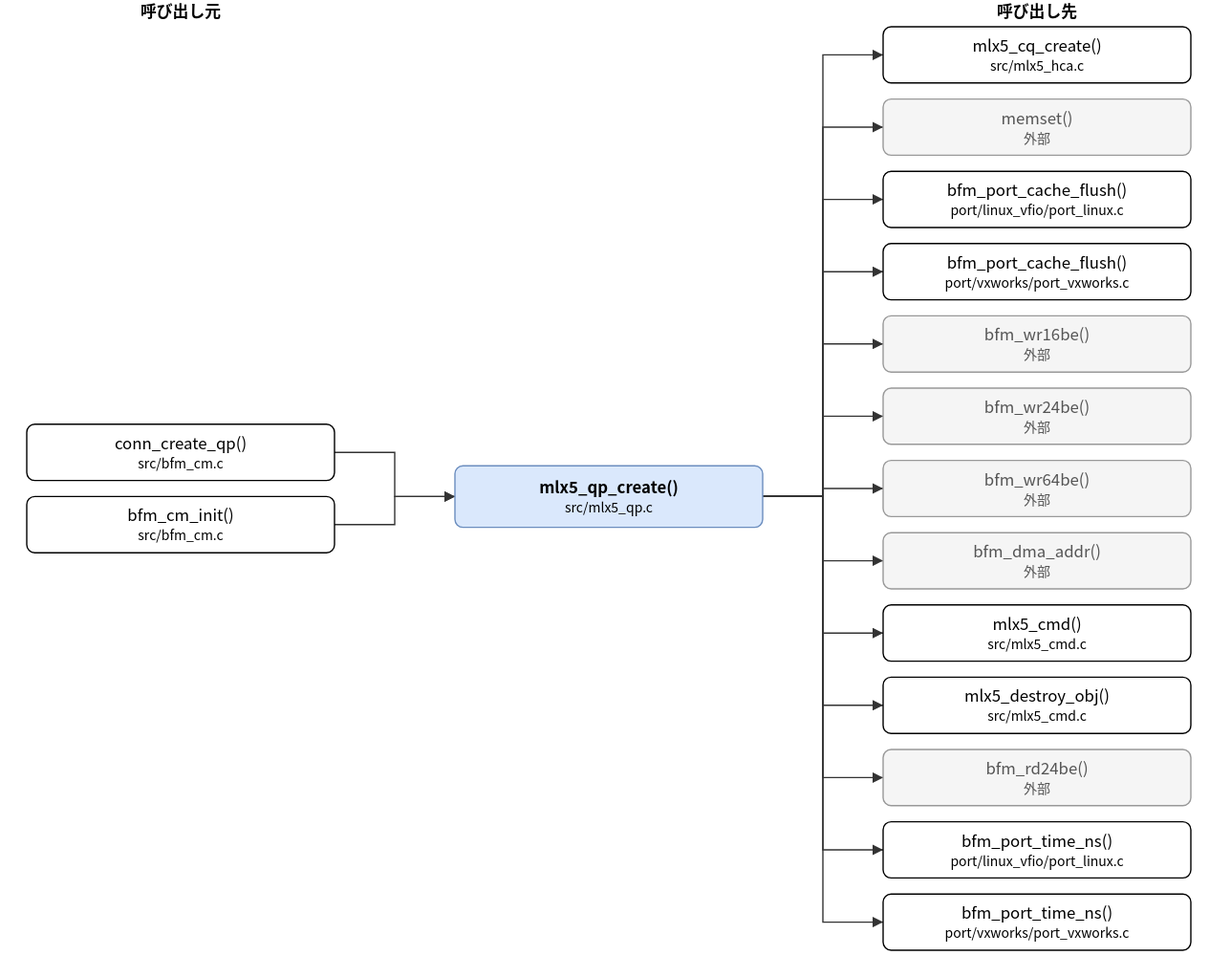
This is doc/spec/images/call_src_mlx5_qp__mlx5_qp_create.drawio.svg from hf355051012-ai/bfmem, a draw.io export, as it was before one commit. Source tidied: cells renumbered, new cells last; positions are measured from the earlier drawing's top-left corner, leaving out a move shared by most shapes.
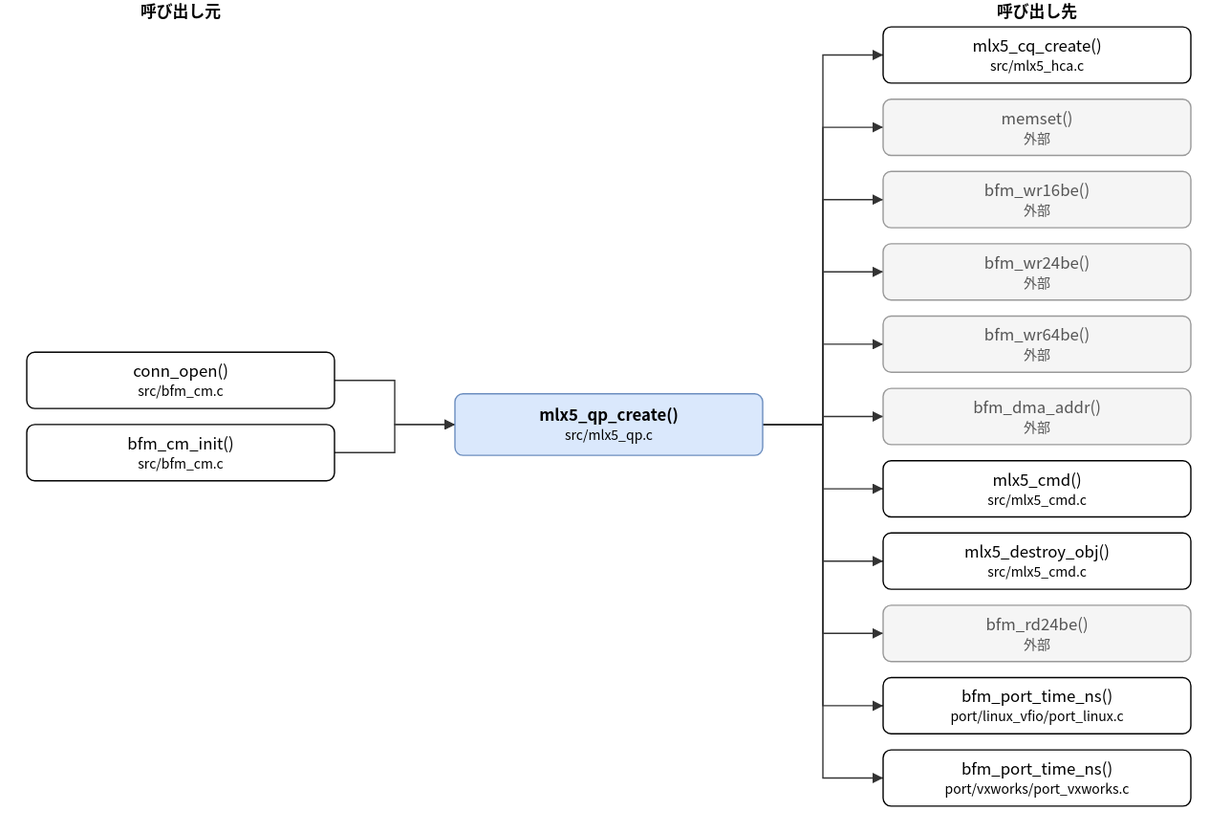
Above is the later version.

The edit, as a diff of the source:
```diff
@@ -3,13 +3,13 @@
     <mxCell id="0" />
     <mxCell id="1" parent="0" />
     <mxCell id="2" value="mlx5_qp_create()&lt;br&gt;&lt;font style=&quot;font-size:10px&quot;&gt;src/mlx5_qp.c&lt;/font&gt;" style="rounded=1;whiteSpace=wrap;html=1;fillColor=#dae8fc;strokeColor=#6c8ebf;fontStyle=1;" parent="1" vertex="1">
-      <mxGeometry x="320" y="348" width="230" height="46" as="geometry" />
+      <mxGeometry x="320" y="294" width="230" height="46" as="geometry" />
     </mxCell>
-    <mxCell id="3" value="conn_create_qp()&lt;br&gt;&lt;font style=&quot;font-size:10px&quot;&gt;src/bfm_cm.c&lt;/font&gt;" style="rounded=1;whiteSpace=wrap;html=1;" parent="1" vertex="1">
-      <mxGeometry y="317" width="230" height="42" as="geometry" />
+    <mxCell id="3" value="conn_open()&lt;br&gt;&lt;font style=&quot;font-size:10px&quot;&gt;src/bfm_cm.c&lt;/font&gt;" style="rounded=1;whiteSpace=wrap;html=1;" parent="1" vertex="1">
+      <mxGeometry y="263" width="230" height="42" as="geometry" />
     </mxCell>
     <mxCell id="4" value="bfm_cm_init()&lt;br&gt;&lt;font style=&quot;font-size:10px&quot;&gt;src/bfm_cm.c&lt;/font&gt;" style="rounded=1;whiteSpace=wrap;html=1;" parent="1" vertex="1">
-      <mxGeometry y="371" width="230" height="42" as="geometry" />
+      <mxGeometry y="317" width="230" height="42" as="geometry" />
     </mxCell>
     <mxCell id="5" value="mlx5_cq_create()&lt;br&gt;&lt;font style=&quot;font-size:10px&quot;&gt;src/mlx5_hca.c&lt;/font&gt;" style="rounded=1;whiteSpace=wrap;html=1;" parent="1" vertex="1">
       <mxGeometry x="640" y="20" width="230" height="42" as="geometry" />
@@ -17,59 +17,53 @@
     <mxCell id="6" value="memset()&lt;br&gt;&lt;font style=&quot;font-size:10px&quot;&gt;外部&lt;/font&gt;" style="rounded=1;whiteSpace=wrap;html=1;fillColor=#f5f5f5;strokeColor=#999999;fontColor=#555555;" parent="1" vertex="1">
       <mxGeometry x="640" y="74" width="230" height="42" as="geometry" />
     </mxCell>
-    <mxCell id="7" value="bfm_port_cache_flush()&lt;br&gt;&lt;font style=&quot;font-size:10px&quot;&gt;port/linux_vfio/port_linux.c&lt;/font&gt;" style="rounded=1;whiteSpace=wrap;html=1;" parent="1" vertex="1">
+    <mxCell id="7" value="bfm_wr16be()&lt;br&gt;&lt;font style=&quot;font-size:10px&quot;&gt;外部&lt;/font&gt;" style="rounded=1;whiteSpace=wrap;html=1;fillColor=#f5f5f5;strokeColor=#999999;fontColor=#555555;" parent="1" vertex="1">
       <mxGeometry x="640" y="128" width="230" height="42" as="geometry" />
     </mxCell>
-    <mxCell id="8" value="bfm_port_cache_flush()&lt;br&gt;&lt;font style=&quot;font-size:10px&quot;&gt;port/vxworks/port_vxworks.c&lt;/font&gt;" style="rounded=1;whiteSpace=wrap;html=1;" parent="1" vertex="1">
+    <mxCell id="8" value="bfm_wr24be()&lt;br&gt;&lt;font style=&quot;font-size:10px&quot;&gt;外部&lt;/font&gt;" style="rounded=1;whiteSpace=wrap;html=1;fillColor=#f5f5f5;strokeColor=#999999;fontColor=#555555;" parent="1" vertex="1">
       <mxGeometry x="640" y="182" width="230" height="42" as="geometry" />
     </mxCell>
-    <mxCell id="9" value="bfm_wr16be()&lt;br&gt;&lt;font style=&quot;font-size:10px&quot;&gt;外部&lt;/font&gt;" style="rounded=1;whiteSpace=wrap;html=1;fillColor=#f5f5f5;strokeColor=#999999;fontColor=#555555;" parent="1" vertex="1">
+    <mxCell id="9" value="bfm_wr64be()&lt;br&gt;&lt;font style=&quot;font-size:10px&quot;&gt;外部&lt;/font&gt;" style="rounded=1;whiteSpace=wrap;html=1;fillColor=#f5f5f5;strokeColor=#999999;fontColor=#555555;" parent="1" vertex="1">
       <mxGeometry x="640" y="236" width="230" height="42" as="geometry" />
     </mxCell>
-    <mxCell id="10" value="bfm_wr24be()&lt;br&gt;&lt;font style=&quot;font-size:10px&quot;&gt;外部&lt;/font&gt;" style="rounded=1;whiteSpace=wrap;html=1;fillColor=#f5f5f5;strokeColor=#999999;fontColor=#555555;" parent="1" vertex="1">
+    <mxCell id="10" value="bfm_dma_addr()&lt;br&gt;&lt;font style=&quot;font-size:10px&quot;&gt;外部&lt;/font&gt;" style="rounded=1;whiteSpace=wrap;html=1;fillColor=#f5f5f5;strokeColor=#999999;fontColor=#555555;" parent="1" vertex="1">
       <mxGeometry x="640" y="290" width="230" height="42" as="geometry" />
     </mxCell>
-    <mxCell id="11" value="bfm_wr64be()&lt;br&gt;&lt;font style=&quot;font-size:10px&quot;&gt;外部&lt;/font&gt;" style="rounded=1;whiteSpace=wrap;html=1;fillColor=#f5f5f5;strokeColor=#999999;fontColor=#555555;" parent="1" vertex="1">
+    <mxCell id="11" value="mlx5_cmd()&lt;br&gt;&lt;font style=&quot;font-size:10px&quot;&gt;src/mlx5_cmd.c&lt;/font&gt;" style="rounded=1;whiteSpace=wrap;html=1;" parent="1" vertex="1">
       <mxGeometry x="640" y="344" width="230" height="42" as="geometry" />
     </mxCell>
-    <mxCell id="12" value="bfm_dma_addr()&lt;br&gt;&lt;font style=&quot;font-size:10px&quot;&gt;外部&lt;/font&gt;" style="rounded=1;whiteSpace=wrap;html=1;fillColor=#f5f5f5;strokeColor=#999999;fontColor=#555555;" parent="1" vertex="1">
+    <mxCell id="12" value="mlx5_destroy_obj()&lt;br&gt;&lt;font style=&quot;font-size:10px&quot;&gt;src/mlx5_cmd.c&lt;/font&gt;" style="rounded=1;whiteSpace=wrap;html=1;" parent="1" vertex="1">
       <mxGeometry x="640" y="398" width="230" height="42" as="geometry" />
     </mxCell>
-    <mxCell id="13" value="mlx5_cmd()&lt;br&gt;&lt;font style=&quot;font-size:10px&quot;&gt;src/mlx5_cmd.c&lt;/font&gt;" style="rounded=1;whiteSpace=wrap;html=1;" parent="1" vertex="1">
+    <mxCell id="13" value="bfm_rd24be()&lt;br&gt;&lt;font style=&quot;font-size:10px&quot;&gt;外部&lt;/font&gt;" style="rounded=1;whiteSpace=wrap;html=1;fillColor=#f5f5f5;strokeColor=#999999;fontColor=#555555;" parent="1" vertex="1">
       <mxGeometry x="640" y="452" width="230" height="42" as="geometry" />
     </mxCell>
-    <mxCell id="14" value="mlx5_destroy_obj()&lt;br&gt;&lt;font style=&quot;font-size:10px&quot;&gt;src/mlx5_cmd.c&lt;/font&gt;" style="rounded=1;whiteSpace=wrap;html=1;" parent="1" vertex="1">
+    <mxCell id="14" value="bfm_port_time_ns()&lt;br&gt;&lt;font style=&quot;font-size:10px&quot;&gt;port/linux_vfio/port_linux.c&lt;/font&gt;" style="rounded=1;whiteSpace=wrap;html=1;" parent="1" vertex="1">
       <mxGeometry x="640" y="506" width="230" height="42" as="geometry" />
     </mxCell>
-    <mxCell id="15" value="bfm_rd24be()&lt;br&gt;&lt;font style=&quot;font-size:10px&quot;&gt;外部&lt;/font&gt;" style="rounded=1;whiteSpace=wrap;html=1;fillColor=#f5f5f5;strokeColor=#999999;fontColor=#555555;" parent="1" vertex="1">
+    <mxCell id="15" value="bfm_port_time_ns()&lt;br&gt;&lt;font style=&quot;font-size:10px&quot;&gt;port/vxworks/port_vxworks.c&lt;/font&gt;" style="rounded=1;whiteSpace=wrap;html=1;" parent="1" vertex="1">
       <mxGeometry x="640" y="560" width="230" height="42" as="geometry" />
     </mxCell>
-    <mxCell id="16" value="bfm_port_time_ns()&lt;br&gt;&lt;font style=&quot;font-size:10px&quot;&gt;port/linux_vfio/port_linux.c&lt;/font&gt;" style="rounded=1;whiteSpace=wrap;html=1;" parent="1" vertex="1">
-      <mxGeometry x="640" y="614" width="230" height="42" as="geometry" />
-    </mxCell>
-    <mxCell id="17" value="bfm_port_time_ns()&lt;br&gt;&lt;font style=&quot;font-size:10px&quot;&gt;port/vxworks/port_vxworks.c&lt;/font&gt;" style="rounded=1;whiteSpace=wrap;html=1;" parent="1" vertex="1">
-      <mxGeometry x="640" y="668" width="230" height="42" as="geometry" />
-    </mxCell>
     <mxCell id="18" style="edgeStyle=none;html=1;rounded=0;endArrow=block;endFill=1;exitX=1.0000;exitY=0.5000;exitDx=0;exitDy=0;exitPerimeter=0;entryX=0.0000;entryY=0.5000;entryDx=0;entryDy=0;entryPerimeter=0;" parent="1" edge="1" source="3" target="2">
       <mxGeometry relative="1" as="geometry">
         <Array as="points">
-          <mxPoint x="275" y="338" />
-          <mxPoint x="275" y="371" />
+          <mxPoint x="275" y="284" />
+          <mxPoint x="275" y="317" />
         </Array>
       </mxGeometry>
     </mxCell>
     <mxCell id="19" style="edgeStyle=none;html=1;rounded=0;endArrow=block;endFill=1;exitX=1.0000;exitY=0.5000;exitDx=0;exitDy=0;exitPerimeter=0;entryX=0.0000;entryY=0.5000;entryDx=0;entryDy=0;entryPerimeter=0;" parent="1" edge="1" source="4" target="2">
       <mxGeometry relative="1" as="geometry">
         <Array as="points">
-          <mxPoint x="275" y="392" />
-          <mxPoint x="275" y="371" />
+          <mxPoint x="275" y="338" />
+          <mxPoint x="275" y="317" />
         </Array>
       </mxGeometry>
     </mxCell>
     <mxCell id="20" style="edgeStyle=none;html=1;rounded=0;endArrow=block;endFill=1;exitX=1.0000;exitY=0.5000;exitDx=0;exitDy=0;exitPerimeter=0;entryX=0.0000;entryY=0.5000;entryDx=0;entryDy=0;entryPerimeter=0;" parent="1" edge="1" source="2" target="5">
       <mxGeometry relative="1" as="geometry">
         <Array as="points">
-          <mxPoint x="595" y="371" />
+          <mxPoint x="595" y="317" />
           <mxPoint x="595" y="41" />
         </Array>
       </mxGeometry>
@@ -77,7 +71,7 @@
     <mxCell id="21" style="edgeStyle=none;html=1;rounded=0;endArrow=block;endFill=1;exitX=1.0000;exitY=0.5000;exitDx=0;exitDy=0;exitPerimeter=0;entryX=0.0000;entryY=0.5000;entryDx=0;entryDy=0;entryPerimeter=0;" parent="1" edge="1" source="2" target="6">
       <mxGeometry relative="1" as="geometry">
         <Array as="points">
-          <mxPoint x="595" y="371" />
+          <mxPoint x="595" y="317" />
           <mxPoint x="595" y="95" />
         </Array>
       </mxGeometry>
@@ -85,7 +79,7 @@
     <mxCell id="22" style="edgeStyle=none;html=1;rounded=0;endArrow=block;endFill=1;exitX=1.0000;exitY=0.5000;exitDx=0;exitDy=0;exitPerimeter=0;entryX=0.0000;entryY=0.5000;entryDx=0;entryDy=0;entryPerimeter=0;" parent="1" edge="1" source="2" target="7">
       <mxGeometry relative="1" as="geometry">
         <Array as="points">
-          <mxPoint x="595" y="371" />
+          <mxPoint x="595" y="317" />
           <mxPoint x="595" y="149" />
         </Array>
       </mxGeometry>
@@ -93,7 +87,7 @@
     <mxCell id="23" style="edgeStyle=none;html=1;rounded=0;endArrow=block;endFill=1;exitX=1.0000;exitY=0.5000;exitDx=0;exitDy=0;exitPerimeter=0;entryX=0.0000;entryY=0.5000;entryDx=0;entryDy=0;entryPerimeter=0;" parent="1" edge="1" source="2" target="8">
       <mxGeometry relative="1" as="geometry">
         <Array as="points">
-          <mxPoint x="595" y="371" />
+          <mxPoint x="595" y="317" />
           <mxPoint x="595" y="203" />
         </Array>
       </mxGeometry>
@@ -101,7 +95,7 @@
     <mxCell id="24" style="edgeStyle=none;html=1;rounded=0;endArrow=block;endFill=1;exitX=1.0000;exitY=0.5000;exitDx=0;exitDy=0;exitPerimeter=0;entryX=0.0000;entryY=0.5000;entryDx=0;entryDy=0;entryPerimeter=0;" parent="1" edge="1" source="2" target="9">
       <mxGeometry relative="1" as="geometry">
         <Array as="points">
-          <mxPoint x="595" y="371" />
+          <mxPoint x="595" y="317" />
           <mxPoint x="595" y="257" />
         </Array>
       </mxGeometry>
@@ -109,7 +103,7 @@
     <mxCell id="25" style="edgeStyle=none;html=1;rounded=0;endArrow=block;endFill=1;exitX=1.0000;exitY=0.5000;exitDx=0;exitDy=0;exitPerimeter=0;entryX=0.0000;entryY=0.5000;entryDx=0;entryDy=0;entryPerimeter=0;" parent="1" edge="1" source="2" target="10">
       <mxGeometry relative="1" as="geometry">
         <Array as="points">
-          <mxPoint x="595" y="371" />
+          <mxPoint x="595" y="317" />
           <mxPoint x="595" y="311" />
         </Array>
       </mxGeometry>
@@ -117,7 +111,7 @@
     <mxCell id="26" style="edgeStyle=none;html=1;rounded=0;endArrow=block;endFill=1;exitX=1.0000;exitY=0.5000;exitDx=0;exitDy=0;exitPerimeter=0;entryX=0.0000;entryY=0.5000;entryDx=0;entryDy=0;entryPerimeter=0;" parent="1" edge="1" source="2" target="11">
       <mxGeometry relative="1" as="geometry">
         <Array as="points">
-          <mxPoint x="595" y="371" />
+          <mxPoint x="595" y="317" />
           <mxPoint x="595" y="365" />
         </Array>
       </mxGeometry>
@@ -125,7 +119,7 @@
     <mxCell id="27" style="edgeStyle=none;html=1;rounded=0;endArrow=block;endFill=1;exitX=1.0000;exitY=0.5000;exitDx=0;exitDy=0;exitPerimeter=0;entryX=0.0000;entryY=0.5000;entryDx=0;entryDy=0;entryPerimeter=0;" parent="1" edge="1" source="2" target="12">
       <mxGeometry relative="1" as="geometry">
         <Array as="points">
-          <mxPoint x="595" y="371" />
+          <mxPoint x="595" y="317" />
           <mxPoint x="595" y="419" />
         </Array>
       </mxGeometry>
@@ -133,7 +127,7 @@
     <mxCell id="28" style="edgeStyle=none;html=1;rounded=0;endArrow=block;endFill=1;exitX=1.0000;exitY=0.5000;exitDx=0;exitDy=0;exitPerimeter=0;entryX=0.0000;entryY=0.5000;entryDx=0;entryDy=0;entryPerimeter=0;" parent="1" edge="1" source="2" target="13">
       <mxGeometry relative="1" as="geometry">
         <Array as="points">
-          <mxPoint x="595" y="371" />
+          <mxPoint x="595" y="317" />
           <mxPoint x="595" y="473" />
         </Array>
       </mxGeometry>
@@ -141,7 +135,7 @@
     <mxCell id="29" style="edgeStyle=none;html=1;rounded=0;endArrow=block;endFill=1;exitX=1.0000;exitY=0.5000;exitDx=0;exitDy=0;exitPerimeter=0;entryX=0.0000;entryY=0.5000;entryDx=0;entryDy=0;entryPerimeter=0;" parent="1" edge="1" source="2" target="14">
       <mxGeometry relative="1" as="geometry">
         <Array as="points">
-          <mxPoint x="595" y="371" />
+          <mxPoint x="595" y="317" />
           <mxPoint x="595" y="527" />
         </Array>
       </mxGeometry>
@@ -149,27 +143,11 @@
     <mxCell id="30" style="edgeStyle=none;html=1;rounded=0;endArrow=block;endFill=1;exitX=1.0000;exitY=0.5000;exitDx=0;exitDy=0;exitPerimeter=0;entryX=0.0000;entryY=0.5000;entryDx=0;entryDy=0;entryPerimeter=0;" parent="1" edge="1" source="2" target="15">
       <mxGeometry relative="1" as="geometry">
         <Array as="points">
-          <mxPoint x="595" y="371" />
+          <mxPoint x="595" y="317" />
           <mxPoint x="595" y="581" />
         </Array>
       </mxGeometry>
     </mxCell>
-    <mxCell id="31" style="edgeStyle=none;html=1;rounded=0;endArrow=block;endFill=1;exitX=1.0000;exitY=0.5000;exitDx=0;exitDy=0;exitPerimeter=0;entryX=0.0000;entryY=0.5000;entryDx=0;entryDy=0;entryPerimeter=0;" parent="1" edge="1" source="2" target="16">
-      <mxGeometry relative="1" as="geometry">
-        <Array as="points">
-          <mxPoint x="595" y="371" />
-          <mxPoint x="595" y="635" />
-        </Array>
-      </mxGeometry>
-    </mxCell>
-    <mxCell id="32" style="edgeStyle=none;html=1;rounded=0;endArrow=block;endFill=1;exitX=1.0000;exitY=0.5000;exitDx=0;exitDy=0;exitPerimeter=0;entryX=0.0000;entryY=0.5000;entryDx=0;entryDy=0;entryPerimeter=0;" parent="1" edge="1" source="2" target="17">
-      <mxGeometry relative="1" as="geometry">
-        <Array as="points">
-          <mxPoint x="595" y="371" />
-          <mxPoint x="595" y="689" />
-        </Array>
-      </mxGeometry>
-    </mxCell>
     <mxCell id="33" value="呼び出し元" style="text;html=1;align=center;fontStyle=1;" parent="1" vertex="1">
       <mxGeometry x="35" width="160" height="18" as="geometry" />
     </mxCell>
```
